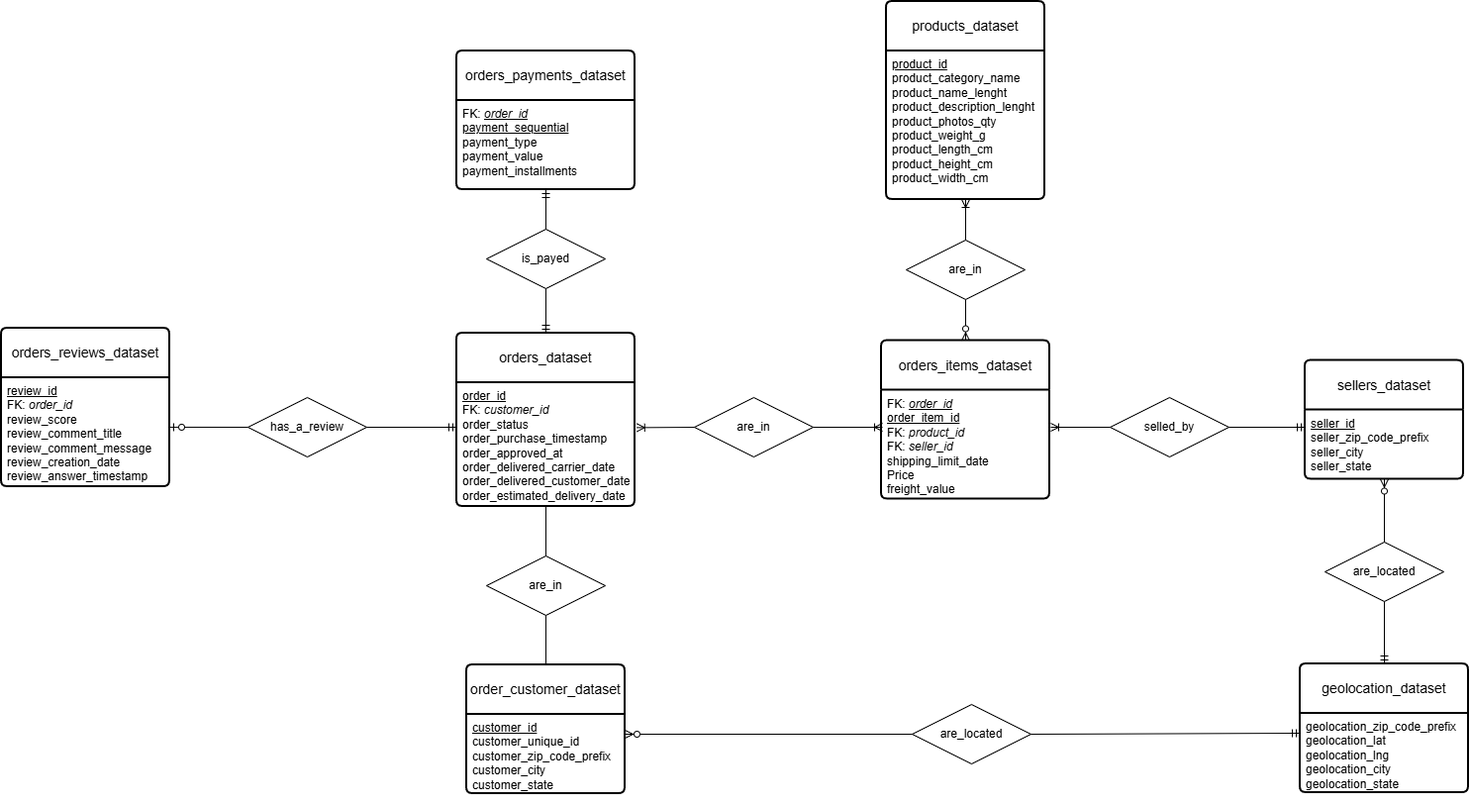
The draw.io diagram DER.png in Cefireist/Brazilian-customer-dataset, before a commit. Source tidied: cells renumbered, new cells last; positions are measured from the earlier drawing's top-left corner, leaving out a move shared by most shapes.
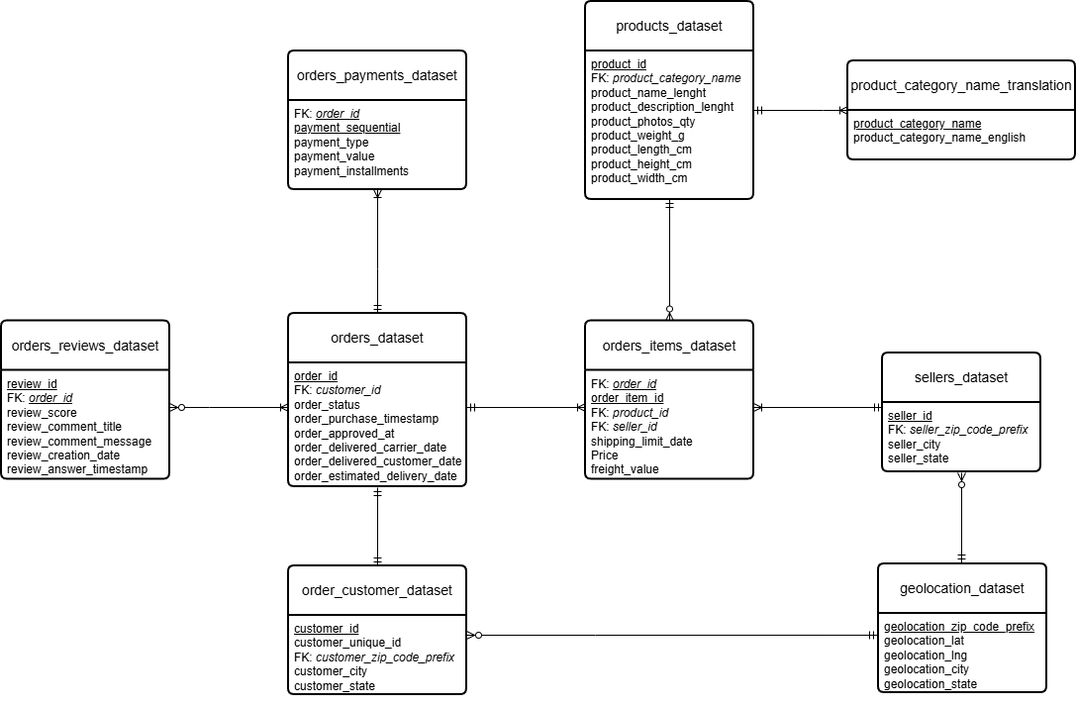
After the change.

Change to the diagram source:
```diff
@@ -5,9 +5,9 @@
     <mxCell id="2" value="products_dataset" style="swimlane;horizontal=1;startSize=50;rounded=1;fontSize=14;fontStyle=0;strokeWidth=2;shadow=0;dashed=0;align=center;arcSize=4;whiteSpace=wrap;html=1;" parent="1" vertex="1">
-      <mxGeometry x="894" width="160" height="200" as="geometry" />
+      <mxGeometry x="760" y="20" width="170" height="200" as="geometry" />
     </mxCell>
-    <mxCell id="3" value="&lt;div&gt;&lt;u&gt;product_id&lt;/u&gt;&lt;/div&gt;&lt;div&gt;product_category_name&lt;/div&gt;&lt;div&gt;product_name_lenght&lt;/div&gt;&lt;div&gt;product_description_lenght&lt;/div&gt;&lt;div&gt;product_photos_qty&lt;/div&gt;&lt;div&gt;product_weight_g&lt;/div&gt;&lt;div&gt;product_length_cm&lt;/div&gt;&lt;div&gt;product_height_cm&lt;/div&gt;&lt;div&gt;product_width_cm&lt;/div&gt;" style="align=left;strokeColor=none;fillColor=none;spacingLeft=4;spacingRight=4;fontSize=12;verticalAlign=top;html=1;whiteSpace=wrap;" parent="2" vertex="1">
-      <mxGeometry y="50" width="160" height="150" as="geometry" />
+    <mxCell id="3" value="&lt;div&gt;&lt;u&gt;product_id&lt;/u&gt;&lt;/div&gt;&lt;div&gt;FK: &lt;i&gt;product_category_name&lt;/i&gt;&lt;/div&gt;&lt;div&gt;product_name_lenght&lt;/div&gt;&lt;div&gt;product_description_lenght&lt;/div&gt;&lt;div&gt;product_photos_qty&lt;/div&gt;&lt;div&gt;product_weight_g&lt;/div&gt;&lt;div&gt;product_length_cm&lt;/div&gt;&lt;div&gt;product_height_cm&lt;/div&gt;&lt;div&gt;product_width_cm&lt;/div&gt;" style="align=left;strokeColor=none;fillColor=none;spacingLeft=4;spacingRight=4;fontSize=12;verticalAlign=top;html=1;whiteSpace=wrap;" parent="2" vertex="1">
+      <mxGeometry y="50" width="170" height="150" as="geometry" />
     </mxCell>
     <mxCell id="4" value="orders_payments_dataset" style="swimlane;horizontal=1;startSize=50;rounded=1;fontSize=14;fontStyle=0;strokeWidth=2;shadow=0;dashed=0;align=center;arcSize=4;whiteSpace=wrap;html=1;" parent="1" vertex="1">
-      <mxGeometry x="460" y="50" width="180" height="140" as="geometry" />
+      <mxGeometry x="460" y="70" width="180" height="140" as="geometry" />
     </mxCell>
@@ -23,5 +23,5 @@
     <mxCell id="8" value="orders_reviews_dataset" style="swimlane;horizontal=1;startSize=50;rounded=1;fontSize=14;fontStyle=0;strokeWidth=2;shadow=0;dashed=0;align=center;arcSize=4;whiteSpace=wrap;html=1;" parent="1" vertex="1">
-      <mxGeometry y="330" width="170" height="160" as="geometry" />
+      <mxGeometry x="170" y="342.5" width="170" height="160" as="geometry" />
     </mxCell>
-    <mxCell id="9" value="&lt;div&gt;&lt;u&gt;review_id&lt;/u&gt;&lt;/div&gt;&lt;div&gt;FK: &lt;i&gt;order_id&lt;/i&gt;&lt;/div&gt;&lt;div&gt;review_score&lt;/div&gt;&lt;div&gt;review_comment_title&lt;/div&gt;&lt;div&gt;review_comment_message&lt;/div&gt;&lt;div&gt;review_creation_date&lt;/div&gt;&lt;div&gt;review_answer_timestamp&lt;span style=&quot;white-space:pre&quot;&gt;&#9;&#9;&#9;&#9;&lt;/span&gt;&lt;/div&gt;" style="align=left;strokeColor=none;fillColor=none;spacingLeft=4;spacingRight=4;fontSize=12;verticalAlign=top;html=1;whiteSpace=wrap;" parent="8" vertex="1">
+    <mxCell id="9" value="&lt;div&gt;&lt;u&gt;review_id&lt;/u&gt;&lt;/div&gt;&lt;div&gt;FK: &lt;i&gt;&lt;u&gt;order_id&lt;/u&gt;&lt;/i&gt;&lt;/div&gt;&lt;div&gt;review_score&lt;/div&gt;&lt;div&gt;review_comment_title&lt;/div&gt;&lt;div&gt;review_comment_message&lt;/div&gt;&lt;div&gt;review_creation_date&lt;/div&gt;&lt;div&gt;review_answer_timestamp&lt;span style=&quot;white-space:pre&quot;&gt;&#9;&#9;&#9;&#9;&lt;/span&gt;&lt;/div&gt;" style="align=left;strokeColor=none;fillColor=none;spacingLeft=4;spacingRight=4;fontSize=12;verticalAlign=top;html=1;whiteSpace=wrap;" parent="8" vertex="1">
       <mxGeometry y="50" width="170" height="110" as="geometry" />
@@ -29,3 +29,3 @@
     <mxCell id="10" value="orders_items_dataset" style="swimlane;horizontal=1;startSize=50;rounded=1;fontSize=14;fontStyle=0;strokeWidth=2;shadow=0;dashed=0;align=center;arcSize=4;whiteSpace=wrap;html=1;" parent="1" vertex="1">
-      <mxGeometry x="889" y="342.5" width="170" height="160" as="geometry" />
+      <mxGeometry x="760" y="342.5" width="170" height="160" as="geometry" />
     </mxCell>
@@ -35,5 +35,5 @@
     <mxCell id="12" value="sellers_dataset" style="swimlane;horizontal=1;startSize=50;rounded=1;fontSize=14;fontStyle=0;strokeWidth=2;shadow=0;dashed=0;align=center;arcSize=4;whiteSpace=wrap;html=1;" parent="1" vertex="1">
-      <mxGeometry x="1317" y="362.5" width="160" height="120" as="geometry" />
+      <mxGeometry x="1060" y="375" width="160" height="120" as="geometry" />
     </mxCell>
-    <mxCell id="13" value="&lt;div&gt;&lt;u&gt;seller_id&lt;/u&gt;&lt;/div&gt;&lt;div&gt;seller_zip_code_prefix&lt;/div&gt;&lt;div&gt;seller_city&lt;/div&gt;&lt;div&gt;seller_state&lt;/div&gt;&lt;div&gt;&lt;br&gt;&lt;/div&gt;" style="align=left;strokeColor=none;fillColor=none;spacingLeft=4;spacingRight=4;fontSize=12;verticalAlign=top;html=1;whiteSpace=wrap;" parent="12" vertex="1">
+    <mxCell id="13" value="&lt;div&gt;&lt;u&gt;seller_id&lt;/u&gt;&lt;/div&gt;&lt;div&gt;FK: &lt;i&gt;seller_zip_code_prefix&lt;/i&gt;&lt;/div&gt;&lt;div&gt;seller_city&lt;/div&gt;&lt;div&gt;seller_state&lt;/div&gt;&lt;div&gt;&lt;br&gt;&lt;/div&gt;" style="align=left;strokeColor=none;fillColor=none;spacingLeft=4;spacingRight=4;fontSize=12;verticalAlign=top;html=1;whiteSpace=wrap;" parent="12" vertex="1">
       <mxGeometry y="50" width="160" height="70" as="geometry" />
@@ -41,5 +41,5 @@
     <mxCell id="14" value="geolocation_dataset" style="swimlane;horizontal=1;startSize=50;rounded=1;fontSize=14;fontStyle=0;strokeWidth=2;shadow=0;dashed=0;align=center;arcSize=4;whiteSpace=wrap;html=1;" parent="1" vertex="1">
-      <mxGeometry x="1312" y="669" width="170" height="130" as="geometry" />
+      <mxGeometry x="1056" y="588" width="170" height="130" as="geometry" />
     </mxCell>
-    <mxCell id="15" value="&lt;div&gt;geolocation_zip_code_prefix&lt;/div&gt;&lt;div&gt;geolocation_lat&lt;span style=&quot;white-space:pre&quot;&gt;&#9;&lt;/span&gt;&lt;/div&gt;&lt;div&gt;geolocation_lng&lt;/div&gt;&lt;div&gt;geolocation_city&lt;/div&gt;&lt;div&gt;geolocation_state&lt;/div&gt;" style="align=left;strokeColor=none;fillColor=none;spacingLeft=4;spacingRight=4;fontSize=12;verticalAlign=top;html=1;whiteSpace=wrap;" parent="14" vertex="1">
+    <mxCell id="15" value="&lt;div&gt;&lt;u&gt;geolocation_zip_code_prefix&lt;/u&gt;&lt;/div&gt;&lt;div&gt;geolocation_lat&lt;span style=&quot;white-space:pre&quot;&gt;&#9;&lt;/span&gt;&lt;/div&gt;&lt;div&gt;geolocation_lng&lt;/div&gt;&lt;div&gt;geolocation_city&lt;/div&gt;&lt;div&gt;geolocation_state&lt;/div&gt;" style="align=left;strokeColor=none;fillColor=none;spacingLeft=4;spacingRight=4;fontSize=12;verticalAlign=top;html=1;whiteSpace=wrap;" parent="14" vertex="1">
       <mxGeometry y="50" width="170" height="80" as="geometry" />
@@ -47,46 +47,7 @@
     <mxCell id="16" value="order_customer_dataset" style="swimlane;horizontal=1;startSize=50;rounded=1;fontSize=14;fontStyle=0;strokeWidth=2;shadow=0;dashed=0;align=center;arcSize=4;whiteSpace=wrap;html=1;" parent="1" vertex="1">
-      <mxGeometry x="470" y="670" width="160" height="130" as="geometry" />
+      <mxGeometry x="460" y="590" width="180" height="130" as="geometry" />
     </mxCell>
-    <mxCell id="17" value="&lt;div&gt;&lt;u&gt;customer_id&lt;/u&gt;&lt;/div&gt;&lt;div&gt;customer_unique_id&lt;/div&gt;&lt;div&gt;customer_zip_code_prefix&lt;/div&gt;&lt;div&gt;customer_city&lt;/div&gt;&lt;div&gt;customer_state&lt;/div&gt;&lt;div&gt;&lt;br&gt;&lt;/div&gt;" style="align=left;strokeColor=none;fillColor=none;spacingLeft=4;spacingRight=4;fontSize=12;verticalAlign=top;html=1;whiteSpace=wrap;" parent="16" vertex="1">
-      <mxGeometry y="50" width="160" height="80" as="geometry" />
+    <mxCell id="17" value="&lt;div&gt;&lt;u&gt;customer_id&lt;/u&gt;&lt;/div&gt;&lt;div&gt;customer_unique_id&lt;/div&gt;&lt;div&gt;FK: &lt;i&gt;customer_zip_code_prefix&lt;/i&gt;&lt;/div&gt;&lt;div&gt;customer_city&lt;/div&gt;&lt;div&gt;customer_state&lt;/div&gt;&lt;div&gt;&lt;br&gt;&lt;/div&gt;" style="align=left;strokeColor=none;fillColor=none;spacingLeft=4;spacingRight=4;fontSize=12;verticalAlign=top;html=1;whiteSpace=wrap;" parent="16" vertex="1">
+      <mxGeometry y="50" width="180" height="80" as="geometry" />
     </mxCell>
-    <mxCell id="18" value="is_payed" style="shape=rhombus;perimeter=rhombusPerimeter;whiteSpace=wrap;html=1;align=center;" parent="1" vertex="1">
-      <mxGeometry x="490" y="230" width="120" height="60" as="geometry" />
-    </mxCell>
-    <mxCell id="19" value="has_a_review" style="shape=rhombus;perimeter=rhombusPerimeter;whiteSpace=wrap;html=1;align=center;" parent="1" vertex="1">
-      <mxGeometry x="249" y="400" width="120" height="60" as="geometry" />
-    </mxCell>
-    <mxCell id="20" value="are_in" style="shape=rhombus;perimeter=rhombusPerimeter;whiteSpace=wrap;html=1;align=center;" parent="1" vertex="1">
-      <mxGeometry x="700" y="400" width="120" height="60" as="geometry" />
-    </mxCell>
-    <mxCell id="21" value="are_in" style="shape=rhombus;perimeter=rhombusPerimeter;whiteSpace=wrap;html=1;align=center;" parent="1" vertex="1">
-      <mxGeometry x="914" y="241" width="120" height="60" as="geometry" />
-    </mxCell>
-    <mxCell id="22" value="are_in" style="shape=rhombus;perimeter=rhombusPerimeter;whiteSpace=wrap;html=1;align=center;" parent="1" vertex="1">
-      <mxGeometry x="490" y="560" width="120" height="60" as="geometry" />
-    </mxCell>
-    <mxCell id="23" value="are_located" style="shape=rhombus;perimeter=rhombusPerimeter;whiteSpace=wrap;html=1;align=center;" parent="1" vertex="1">
-      <mxGeometry x="920" y="710" width="120" height="60" as="geometry" />
-    </mxCell>
-    <mxCell id="24" value="selled_by" style="shape=rhombus;perimeter=rhombusPerimeter;whiteSpace=wrap;html=1;align=center;" parent="1" vertex="1">
-      <mxGeometry x="1120" y="400" width="120" height="60" as="geometry" />
-    </mxCell>
-    <mxCell id="25" value="are_located" style="shape=rhombus;perimeter=rhombusPerimeter;whiteSpace=wrap;html=1;align=center;" parent="1" vertex="1">
-      <mxGeometry x="1337" y="546" width="120" height="60" as="geometry" />
-    </mxCell>
-    <mxCell id="26" style="endArrow=none;html=1;rounded=0;defaultLabelBackgroundColor=page;entryX=0.5;entryY=0;entryDx=0;entryDy=0;exitX=0.5;exitY=1;exitDx=0;exitDy=0;" parent="1" edge="1" source="7" target="22">
-      <mxGeometry relative="1" as="geometry" />
-    </mxCell>
-    <mxCell id="27" style="endArrow=none;html=1;rounded=0;defaultLabelBackgroundColor=page;entryX=0.5;entryY=1;entryDx=0;entryDy=0;exitX=0.5;exitY=0;exitDx=0;exitDy=0;" parent="1" edge="1" source="16" target="22">
-      <mxGeometry relative="1" as="geometry" />
-    </mxCell>
-    <mxCell id="28" style="fontSize=12;html=1;endArrow=ERmandOne;rounded=0;defaultLabelBackgroundColor=page;entryX=0;entryY=0.36;entryDx=0;entryDy=0;exitX=1;exitY=0.5;exitDx=0;exitDy=0;textShadow=1;align=center;verticalAlign=middle;entryPerimeter=0;" parent="1" edge="1" source="19" target="7">
-      <mxGeometry relative="1" as="geometry" />
-    </mxCell>
-    <mxCell id="29" style="fontSize=12;html=1;endArrow=ERzeroToOne;endFill=1;rounded=0;defaultLabelBackgroundColor=page;exitX=0;exitY=0.5;exitDx=0;exitDy=0;entryX=1;entryY=0.454;entryDx=0;entryDy=0;entryPerimeter=0;" parent="1" edge="1" source="19" target="9">
-      <mxGeometry relative="1" as="geometry" />
-    </mxCell>
-    <mxCell id="30" style="fontSize=12;html=1;endArrow=ERmandOne;rounded=0;defaultLabelBackgroundColor=page;entryX=0.5;entryY=1;entryDx=0;entryDy=0;exitX=0.5;exitY=0;exitDx=0;exitDy=0;" parent="1" edge="1" source="18" target="5">
-      <mxGeometry relative="1" as="geometry" />
-    </mxCell>
     <mxCell id="31" style="fontSize=12;html=1;endArrow=ERmandOne;rounded=0;defaultLabelBackgroundColor=page;exitX=0.5;exitY=0;exitDx=0;exitDy=0;entryX=0.5;entryY=0;entryDx=0;entryDy=0;" parent="1" edge="1" target="6">
@@ -96,34 +57,104 @@
     </mxCell>
-    <mxCell id="32" style="fontSize=12;html=1;endArrow=ERmandOne;rounded=0;defaultLabelBackgroundColor=page;exitX=1;exitY=0.5;exitDx=0;exitDy=0;entryX=0;entryY=0.25;entryDx=0;entryDy=0;" parent="1" edge="1" source="23" target="15">
-      <mxGeometry relative="1" as="geometry" />
+    <mxCell id="32" style="fontSize=12;html=1;endArrow=ERmandOne;rounded=0;defaultLabelBackgroundColor=page;" parent="1" edge="1">
+      <mxGeometry relative="1" as="geometry">
+        <mxPoint x="770" y="660" as="sourcePoint" />
+        <mxPoint x="1055" y="660" as="targetPoint" />
+      </mxGeometry>
     </mxCell>
-    <mxCell id="33" style="fontSize=12;html=1;endArrow=ERzeroToMany;endFill=1;rounded=0;defaultLabelBackgroundColor=page;entryX=1;entryY=0.25;entryDx=0;entryDy=0;exitX=0;exitY=0.5;exitDx=0;exitDy=0;" parent="1" edge="1" source="23" target="17">
-      <mxGeometry relative="1" as="geometry" />
+    <mxCell id="33" style="fontSize=12;html=1;endArrow=ERzeroToMany;endFill=1;rounded=0;defaultLabelBackgroundColor=page;entryX=1;entryY=0.25;entryDx=0;entryDy=0;" parent="1" edge="1" target="17">
+      <mxGeometry relative="1" as="geometry">
+        <mxPoint x="770" y="660" as="sourcePoint" />
+      </mxGeometry>
     </mxCell>
-    <mxCell id="34" style="fontSize=12;html=1;endArrow=ERmandOne;rounded=0;defaultLabelBackgroundColor=page;exitX=0.5;exitY=1;exitDx=0;exitDy=0;entryX=0.5;entryY=0;entryDx=0;entryDy=0;" parent="1" edge="1" source="25" target="14">
-      <mxGeometry relative="1" as="geometry" />
+    <mxCell id="34" style="fontSize=12;html=1;endArrow=ERmandOne;rounded=0;defaultLabelBackgroundColor=page;entryX=0.5;entryY=0;entryDx=0;entryDy=0;" parent="1" edge="1">
+      <mxGeometry relative="1" as="geometry">
+        <mxPoint x="1140" y="529" as="sourcePoint" />
+        <mxPoint x="1140" y="587" as="targetPoint" />
+      </mxGeometry>
     </mxCell>
-    <mxCell id="35" style="fontSize=12;html=1;endArrow=ERzeroToMany;endFill=1;rounded=0;defaultLabelBackgroundColor=page;exitX=0.5;exitY=0;exitDx=0;exitDy=0;entryX=0.5;entryY=1;entryDx=0;entryDy=0;" parent="1" edge="1" source="25" target="12">
-      <mxGeometry relative="1" as="geometry" />
+    <mxCell id="35" style="fontSize=12;html=1;endArrow=ERzeroToMany;endFill=1;rounded=0;defaultLabelBackgroundColor=page;entryX=0.5;entryY=1;entryDx=0;entryDy=0;" parent="1" edge="1">
+      <mxGeometry relative="1" as="geometry">
+        <mxPoint x="1140" y="531" as="sourcePoint" />
+        <mxPoint x="1140" y="496" as="targetPoint" />
+      </mxGeometry>
     </mxCell>
-    <mxCell id="36" style="fontSize=12;html=1;endArrow=ERzeroToMany;endFill=1;rounded=0;defaultLabelBackgroundColor=page;exitX=0.5;exitY=1;exitDx=0;exitDy=0;entryX=0.5;entryY=0;entryDx=0;entryDy=0;" parent="1" edge="1" source="21" target="10">
-      <mxGeometry relative="1" as="geometry" />
+    <mxCell id="36" style="fontSize=12;html=1;endArrow=ERzeroToMany;endFill=1;rounded=0;defaultLabelBackgroundColor=page;entryX=0.5;entryY=0;entryDx=0;entryDy=0;" parent="1" edge="1" target="10">
+      <mxGeometry relative="1" as="geometry">
+        <mxPoint x="845" y="240" as="sourcePoint" />
+      </mxGeometry>
     </mxCell>
-    <mxCell id="37" style="fontSize=12;html=1;endArrow=ERoneToMany;rounded=0;defaultLabelBackgroundColor=page;entryX=0.5;entryY=1;entryDx=0;entryDy=0;exitX=0.5;exitY=0;exitDx=0;exitDy=0;" parent="1" edge="1" source="21" target="3">
-      <mxGeometry relative="1" as="geometry" />
-    </mxCell>
-    <mxCell id="38" style="fontSize=12;html=1;endArrow=ERoneToMany;rounded=0;defaultLabelBackgroundColor=page;exitX=0;exitY=0.5;exitDx=0;exitDy=0;" parent="1" edge="1" source="24">
+    <mxCell id="38" style="fontSize=12;html=1;endArrow=ERoneToMany;rounded=0;defaultLabelBackgroundColor=page;" parent="1" edge="1">
       <mxGeometry relative="1" as="geometry">
-        <mxPoint x="1060" y="430" as="targetPoint" />
+        <mxPoint x="1020" y="430" as="sourcePoint" />
+        <mxPoint x="930" y="430" as="targetPoint" />
       </mxGeometry>
     </mxCell>
-    <mxCell id="39" style="fontSize=12;html=1;endArrow=ERmandOne;rounded=0;defaultLabelBackgroundColor=page;entryX=0;entryY=0.25;entryDx=0;entryDy=0;exitX=1;exitY=0.5;exitDx=0;exitDy=0;" parent="1" edge="1" source="24" target="13">
-      <mxGeometry relative="1" as="geometry" />
+    <mxCell id="39" style="fontSize=12;html=1;endArrow=ERmandOne;rounded=0;defaultLabelBackgroundColor=page;entryX=0;entryY=0.25;entryDx=0;entryDy=0;exitX=1;exitY=0.5;exitDx=0;exitDy=0;" parent="1" edge="1">
+      <mxGeometry relative="1" as="geometry">
+        <mxPoint x="983" y="430" as="sourcePoint" />
+        <mxPoint x="1060" y="430" as="targetPoint" />
+      </mxGeometry>
     </mxCell>
-    <mxCell id="40" style="fontSize=12;html=1;endArrow=ERoneToMany;rounded=0;defaultLabelBackgroundColor=page;exitX=0;exitY=0.5;exitDx=0;exitDy=0;entryX=1.01;entryY=0.363;entryDx=0;entryDy=0;entryPerimeter=0;" parent="1" edge="1" source="20" target="7">
-      <mxGeometry relative="1" as="geometry" />
-    </mxCell>
-    <mxCell id="41" style="fontSize=12;html=1;endArrow=ERoneToMany;rounded=0;defaultLabelBackgroundColor=page;entryX=0.006;entryY=0.341;entryDx=0;entryDy=0;entryPerimeter=0;exitX=1;exitY=0.5;exitDx=0;exitDy=0;" parent="1" edge="1" source="20" target="11">
-      <mxGeometry relative="1" as="geometry" />
+    <mxCell id="41" style="fontSize=12;html=1;endArrow=ERoneToMany;rounded=0;defaultLabelBackgroundColor=page;entryX=0.006;entryY=0.341;entryDx=0;entryDy=0;entryPerimeter=0;" parent="1" edge="1">
+      <mxGeometry relative="1" as="geometry">
+        <mxPoint x="699" y="430" as="sourcePoint" />
+        <mxPoint x="760" y="430" as="targetPoint" />
+      </mxGeometry>
     </mxCell>
+    <mxCell id="42" style="fontSize=12;html=1;endArrow=ERoneToMany;rounded=0;defaultLabelBackgroundColor=page;entryX=0.5;entryY=1;entryDx=0;entryDy=0;" parent="1" edge="1" target="5">
+      <mxGeometry relative="1" as="geometry">
+        <mxPoint x="550" y="290" as="sourcePoint" />
+      </mxGeometry>
+    </mxCell>
+    <mxCell id="43" style="fontSize=12;html=1;endArrow=ERmandOne;rounded=0;defaultLabelBackgroundColor=page;entryX=0.5;entryY=0;entryDx=0;entryDy=0;" parent="1" edge="1">
+      <mxGeometry relative="1" as="geometry">
+        <mxPoint x="550" y="540" as="sourcePoint" />
+        <mxPoint x="550" y="590" as="targetPoint" />
+      </mxGeometry>
+    </mxCell>
+    <mxCell id="44" style="fontSize=12;html=1;endArrow=ERmandOne;rounded=0;defaultLabelBackgroundColor=page;" parent="1" edge="1">
+      <mxGeometry relative="1" as="geometry">
+        <mxPoint x="550" y="570" as="sourcePoint" />
+        <mxPoint x="550" y="511" as="targetPoint" />
+      </mxGeometry>
+    </mxCell>
+    <mxCell id="45" style="fontSize=12;html=1;endArrow=ERmandOne;rounded=0;defaultLabelBackgroundColor=page;entryX=0.999;entryY=0.355;entryDx=0;entryDy=0;entryPerimeter=0;" parent="1" edge="1">
+      <mxGeometry relative="1" as="geometry">
+        <mxPoint x="730" y="430" as="sourcePoint" />
+        <mxPoint x="640" y="430" as="targetPoint" />
+      </mxGeometry>
+    </mxCell>
+    <mxCell id="46" style="fontSize=12;html=1;endArrow=ERmandOne;rounded=0;defaultLabelBackgroundColor=page;entryX=0.5;entryY=1;entryDx=0;entryDy=0;" parent="1" edge="1" target="3">
+      <mxGeometry relative="1" as="geometry">
+        <mxPoint x="845" y="250" as="sourcePoint" />
+      </mxGeometry>
+    </mxCell>
+    <mxCell id="47" style="fontSize=12;html=1;endArrow=ERzeroToMany;endFill=1;rounded=0;defaultLabelBackgroundColor=page;" parent="1" edge="1">
+      <mxGeometry relative="1" as="geometry">
+        <mxPoint x="380" y="430" as="sourcePoint" />
+        <mxPoint x="340" y="430" as="targetPoint" />
+      </mxGeometry>
+    </mxCell>
+    <mxCell id="48" style="fontSize=12;html=1;endArrow=ERoneToMany;rounded=0;defaultLabelBackgroundColor=page;entryX=0;entryY=0.36;entryDx=0;entryDy=0;entryPerimeter=0;" parent="1" edge="1" target="7">
+      <mxGeometry relative="1" as="geometry">
+        <mxPoint x="380" y="430" as="sourcePoint" />
+      </mxGeometry>
+    </mxCell>
+    <mxCell id="49" value="product_category_name_translation" style="swimlane;horizontal=1;startSize=50;rounded=1;fontSize=14;fontStyle=0;strokeWidth=2;shadow=0;dashed=0;align=center;arcSize=4;whiteSpace=wrap;html=1;" parent="1" vertex="1">
+      <mxGeometry x="1025" y="80" width="230" height="100" as="geometry" />
+    </mxCell>
+    <mxCell id="50" value="&lt;div&gt;&lt;span style=&quot;background-color: transparent; color: light-dark(#000000, var(--ge-light-color, #ffffff));&quot;&gt;&lt;u&gt;product_category_name&lt;/u&gt;&lt;/span&gt;&lt;/div&gt;&lt;div&gt;product_category_name_english&lt;/div&gt;" style="align=left;strokeColor=none;fillColor=none;spacingLeft=4;spacingRight=4;fontSize=12;verticalAlign=top;html=1;whiteSpace=wrap;" parent="49" vertex="1">
+      <mxGeometry y="50" width="230" height="50" as="geometry" />
+    </mxCell>
+    <mxCell id="51" style="fontSize=12;html=1;endArrow=ERmandOne;rounded=0;defaultLabelBackgroundColor=page;entryX=1.008;entryY=0.395;entryDx=0;entryDy=0;entryPerimeter=0;" parent="1" edge="1">
+      <mxGeometry relative="1" as="geometry">
+        <mxPoint x="1000" y="130" as="sourcePoint" />
+        <mxPoint x="930" y="130" as="targetPoint" />
+      </mxGeometry>
+    </mxCell>
+    <mxCell id="52" style="fontSize=12;html=1;endArrow=ERoneToMany;rounded=0;defaultLabelBackgroundColor=page;entryX=0;entryY=0.5;entryDx=0;entryDy=0;" parent="1" edge="1" target="49">
+      <mxGeometry relative="1" as="geometry">
+        <mxPoint x="1000" y="130" as="sourcePoint" />
+      </mxGeometry>
+    </mxCell>
   </root>
```
